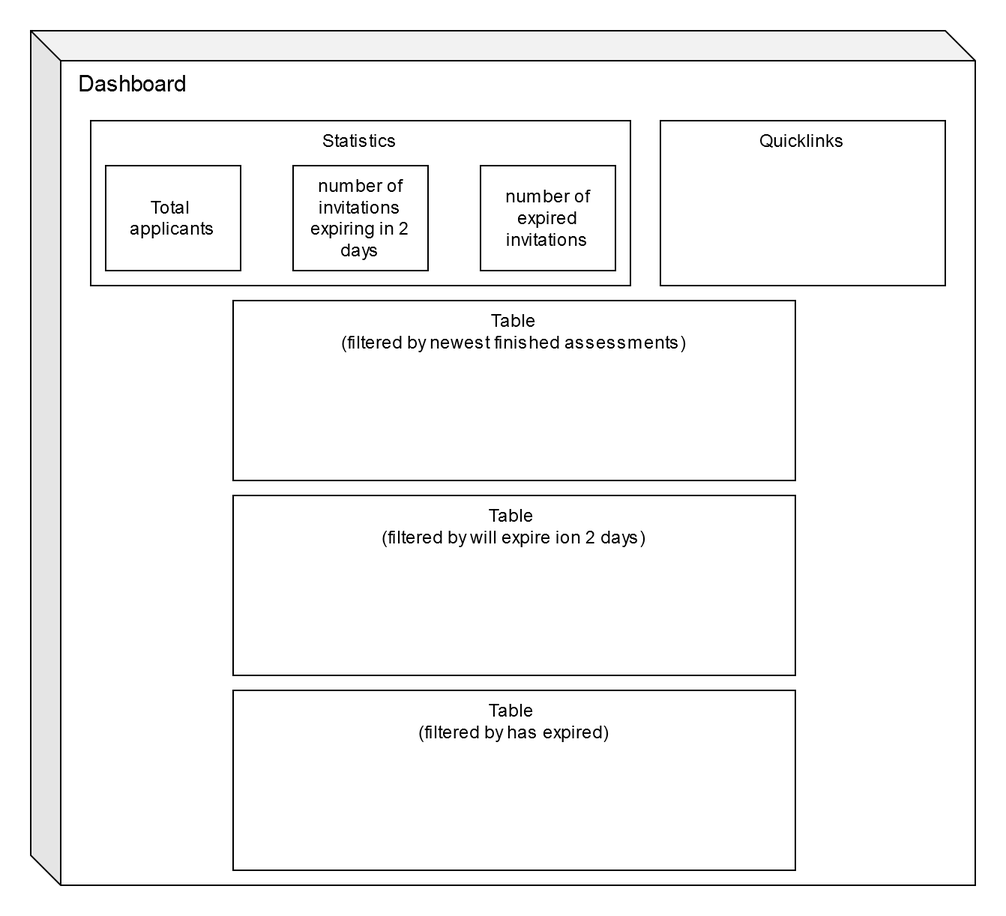
The draw.io diagram docs/chapters/images/dashboard.png in Alakind/ISEP, before a commit. Source tidied: cells renumbered, new cells last; positions are measured from the earlier drawing's top-left corner, leaving out a move shared by most shapes.
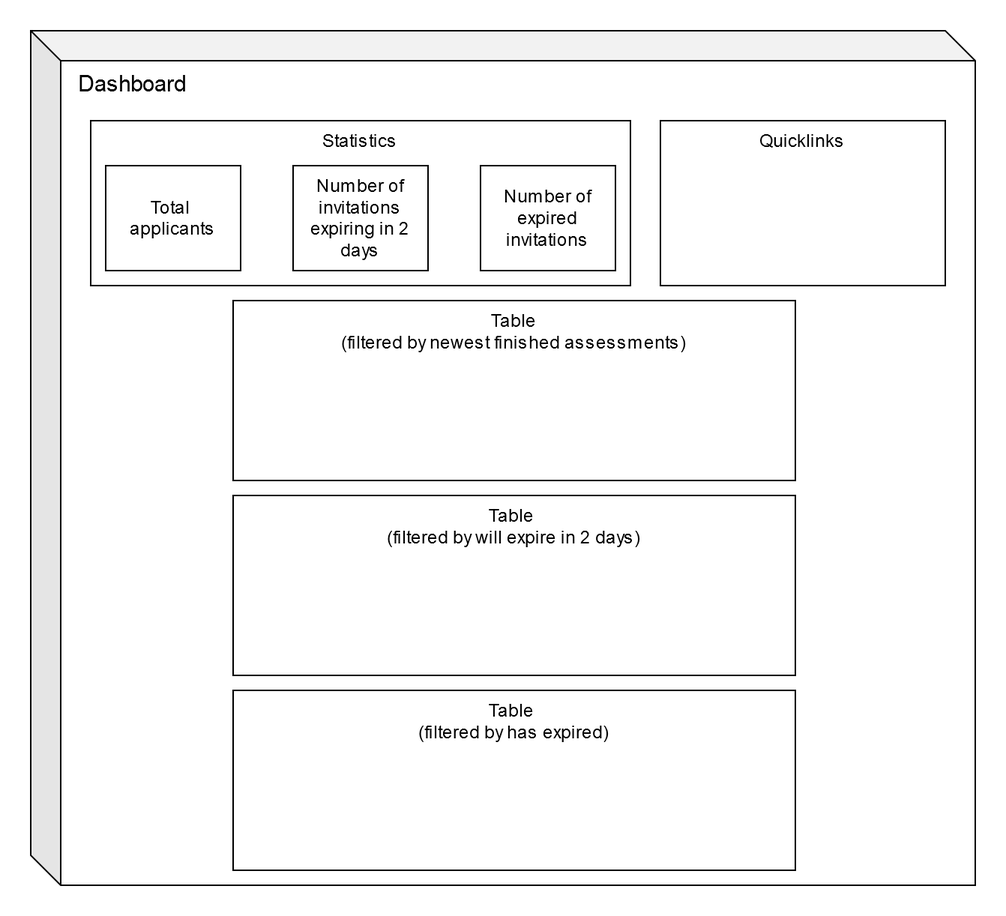
The same diagram one commit later.

Commit message:
dashboard.png and .drawio fixed typo/capitalization

What changed in the source:
```diff
@@ -17,7 +17,7 @@
     <mxCell id="6" value="Table&lt;br&gt;(filtered by newest finished assessments)" style="rounded=0;whiteSpace=wrap;html=1;verticalAlign=top;" parent="1" vertex="1">
       <mxGeometry x="135" y="180" width="375" height="120" as="geometry" />
     </mxCell>
-    <mxCell id="7" value="&lt;div&gt;Table&amp;nbsp;&lt;/div&gt;&lt;div&gt;(filtered by will expire ion 2 days)&lt;/div&gt;" style="rounded=0;whiteSpace=wrap;html=1;verticalAlign=top;" parent="1" vertex="1">
+    <mxCell id="7" value="&lt;div&gt;Table&amp;nbsp;&lt;/div&gt;&lt;div&gt;(filtered by will expire in 2 days)&lt;/div&gt;" style="rounded=0;whiteSpace=wrap;html=1;verticalAlign=top;" parent="1" vertex="1">
       <mxGeometry x="135" y="310" width="375" height="120" as="geometry" />
     </mxCell>
     <mxCell id="8" value="&lt;div&gt;Table&amp;nbsp;&lt;/div&gt;&lt;div&gt;(filtered by has expired)&lt;/div&gt;" style="rounded=0;whiteSpace=wrap;html=1;verticalAlign=top;" parent="1" vertex="1">
@@ -26,10 +26,10 @@
     <mxCell id="9" value="&lt;div&gt;Total&amp;nbsp;&lt;/div&gt;&lt;div&gt;applicants&lt;/div&gt;" style="rounded=0;whiteSpace=wrap;html=1;" parent="1" vertex="1">
       <mxGeometry x="50" y="90" width="90" height="70" as="geometry" />
     </mxCell>
-    <mxCell id="10" value="number of invitations expiring in 2 days" style="rounded=0;whiteSpace=wrap;html=1;" parent="1" vertex="1">
+    <mxCell id="10" value="Number of invitations expiring in 2 days" style="rounded=0;whiteSpace=wrap;html=1;" parent="1" vertex="1">
       <mxGeometry x="175" y="90" width="90" height="70" as="geometry" />
     </mxCell>
-    <mxCell id="11" value="number of expired invitations" style="rounded=0;whiteSpace=wrap;html=1;" parent="1" vertex="1">
+    <mxCell id="11" value="Number of expired invitations" style="rounded=0;whiteSpace=wrap;html=1;" parent="1" vertex="1">
       <mxGeometry x="300" y="90" width="90" height="70" as="geometry" />
     </mxCell>
   </root>
```
